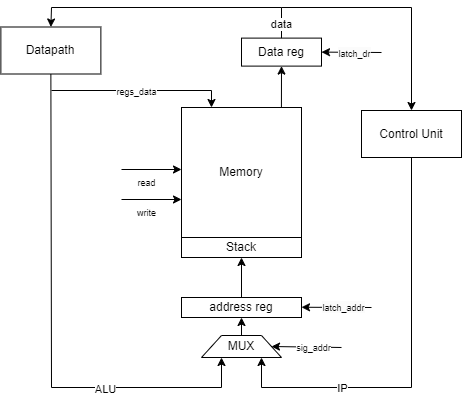
Anton-2228/CPU-risc-simulation keeps this draw.io diagram as images/middleware.png. Above is the earlier version. Source tidied: cells renumbered, new cells last; positions are measured from the earlier drawing's top-left corner, leaving out a move shared by most shapes.
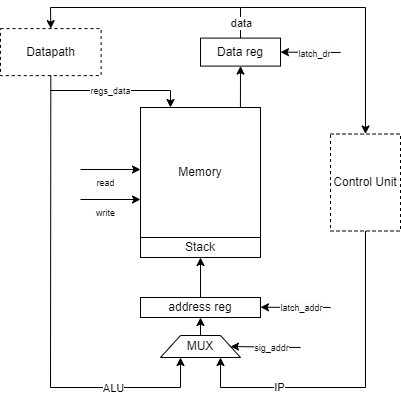
After the change.

Diff of the diagram source:
```diff
@@ -77,7 +77,7 @@
     </mxCell>
     <mxCell id="20" style="endArrow=classic;html=1;rounded=0;entryX=0.25;entryY=0;entryDx=0;entryDy=0;" parent="1" edge="1" target="2">
       <mxGeometry relative="1" as="geometry">
-        <mxPoint x="51" y="83" as="sourcePoint" />
+        <mxPoint x="91" y="83" as="sourcePoint" />
         <Array as="points">
           <mxPoint x="211" y="83" />
         </Array>
@@ -85,51 +85,53 @@
     </mxCell>
     <mxCell id="21" value="&lt;font style=&quot;font-size: 9px;&quot;&gt;regs_data&lt;/font&gt;" style="edgeLabel;html=1;align=center;verticalAlign=middle;" parent="20" vertex="1">
       <mxGeometry x="-0.47" y="-2" relative="1" as="geometry">
-        <mxPoint x="37" y="-2" as="offset" />
+        <mxPoint x="23" y="-2" as="offset" />
       </mxGeometry>
     </mxCell>
     <mxCell id="22" style="endArrow=classic;html=1;rounded=0;exitX=0.5;exitY=0;exitDx=0;exitDy=0;entryX=0.5;entryY=0;entryDx=0;entryDy=0;" parent="1" edge="1" source="13" target="24">
       <mxGeometry relative="1" as="geometry">
         <Array as="points">
           <mxPoint x="281" />
-          <mxPoint x="51" />
+          <mxPoint x="91" />
         </Array>
       </mxGeometry>
     </mxCell>
     <mxCell id="23" value="data" style="edgeLabel;html=1;align=center;verticalAlign=middle;" parent="22" vertex="1">
       <mxGeometry x="0.01" relative="1" as="geometry">
-        <mxPoint x="111" y="16" as="offset" />
+        <mxPoint x="92" y="16" as="offset" />
       </mxGeometry>
     </mxCell>
-    <mxCell id="24" value="Datapath" style="rounded=0;whiteSpace=wrap;html=1;" parent="1" vertex="1">
-      <mxGeometry x="0.4" y="19.5" width="100" height="47" as="geometry" />
+    <mxCell id="24" value="Datapath" style="rounded=0;whiteSpace=wrap;html=1;dashed=1;fillColor=none;" parent="1" vertex="1">
+      <mxGeometry x="41" y="21.1" width="100.6" height="47" as="geometry" />
     </mxCell>
-    <mxCell id="25" value="Control Unit" style="rounded=0;whiteSpace=wrap;html=1;" parent="1" vertex="1">
-      <mxGeometry x="361" y="103" width="100" height="47" as="geometry" />
+    <mxCell id="25" value="Control Unit" style="rounded=0;whiteSpace=wrap;html=1;fillColor=none;dashed=1;" parent="1" vertex="1">
+      <mxGeometry x="371" y="126.5" width="70" height="97" as="geometry" />
     </mxCell>
     <mxCell id="26" style="endArrow=classic;html=1;rounded=0;entryX=0.5;entryY=0;entryDx=0;entryDy=0;" parent="1" edge="1" target="25">
       <mxGeometry relative="1" as="geometry">
         <mxPoint x="281" as="sourcePoint" />
         <Array as="points">
-          <mxPoint x="411" />
+          <mxPoint x="406" />
         </Array>
       </mxGeometry>
     </mxCell>
     <mxCell id="27" style="endArrow=classic;html=1;rounded=0;exitX=0.5;exitY=1;exitDx=0;exitDy=0;entryX=0.25;entryY=1;entryDx=0;entryDy=0;" parent="1" edge="1" source="24" target="7">
       <mxGeometry relative="1" as="geometry">
         <Array as="points">
-          <mxPoint x="51" y="380" />
+          <mxPoint x="91" y="380" />
           <mxPoint x="221" y="380" />
         </Array>
       </mxGeometry>
     </mxCell>
     <mxCell id="28" value="ALU" style="edgeLabel;html=1;align=center;verticalAlign=middle;" parent="27" vertex="1">
-      <mxGeometry x="0.43" y="-1" relative="1" as="geometry" />
+      <mxGeometry x="0.43" y="-1" relative="1" as="geometry">
+        <mxPoint x="37" as="offset" />
+      </mxGeometry>
     </mxCell>
     <mxCell id="29" style="endArrow=classic;html=1;rounded=0;exitX=0.5;exitY=1;exitDx=0;exitDy=0;entryX=0.75;entryY=1;entryDx=0;entryDy=0;" parent="1" edge="1" source="25" target="7">
       <mxGeometry relative="1" as="geometry">
         <Array as="points">
-          <mxPoint x="411" y="380" />
+          <mxPoint x="406" y="380" />
           <mxPoint x="261" y="380" />
         </Array>
       </mxGeometry>
```
